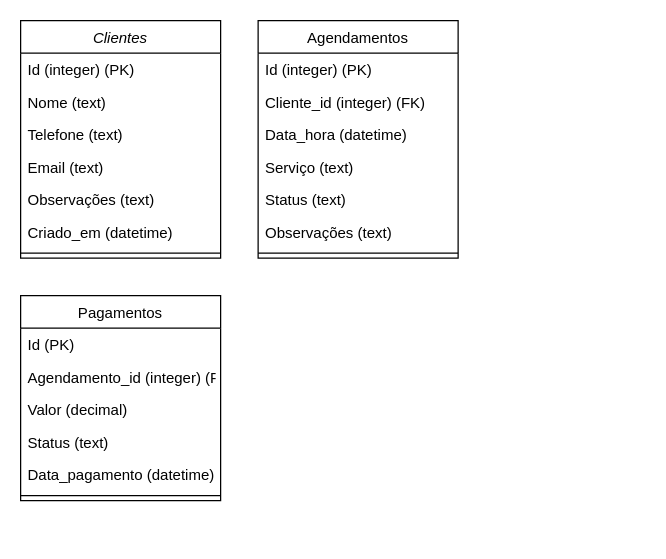
3lder7/System-Studio keeps this draw.io diagram as System-Studio-DBModel.drawio. Above is the earlier version. Source tidied: cells renumbered, new cells numbered last; positions are measured from the earlier drawing's top-left corner, leaving out a move shared by most shapes. Both pictures are drawn from the tidied source at 125%, with x=0, y=0 at pixel (20, 20).
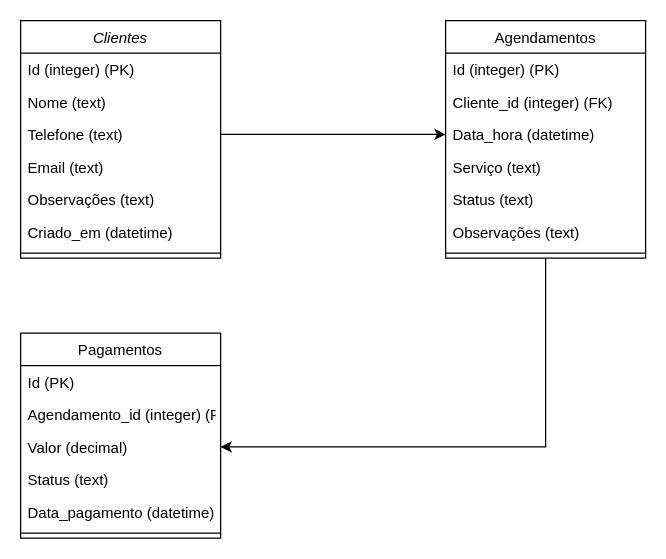
The same diagram, later.

Commit message:
Aplicando relacionamento entre tabelas

The change refers to these unchanged cells:
```xml
<mxCell id="5" value="Telefone (text)" style="text;align=left;verticalAlign=top;spacingLeft=4;spacingRight=4;overflow=hidden;points=[[0,0.5],[1,0.5]];portConstraint=eastwest;rounded=0;shadow=0;html=0;" parent="2" vertex="1">
  <mxGeometry y="78" width="160" height="26" as="geometry" />
</mxCell>
<mxCell id="13" value="Valor (decimal)" style="text;align=left;verticalAlign=top;spacingLeft=4;spacingRight=4;overflow=hidden;points=[[0,0.5],[1,0.5]];portConstraint=eastwest;" parent="10" vertex="1">
  <mxGeometry y="78" width="160" height="26" as="geometry" />
</mxCell>
<mxCell id="20" value="Data_hora (datetime)" style="text;align=left;verticalAlign=top;spacingLeft=4;spacingRight=4;overflow=hidden;points=[[0,0.5],[1,0.5]];portConstraint=eastwest;rounded=0;shadow=0;html=0;" parent="17" vertex="1">
  <mxGeometry y="78" width="160" height="26" as="geometry" />
</mxCell>
```

The edit, as a diff of the source:
```diff
@@
     <mxCell id="10" value="Pagamentos" style="swimlane;fontStyle=0;align=center;verticalAlign=top;horizontal=1;startSize=26;rounded=0;shadow=0;strokeWidth=1;" parent="1" vertex="1">
-      <mxGeometry y="220" width="160" height="164" as="geometry" />
+      <mxGeometry y="250" width="160" height="164" as="geometry" />
     </mxCell>
@@
+    <mxCell id="25" style="edgeStyle=orthogonalEdgeStyle;rounded=0;jettySize=auto;html=1;exitX=0.5;exitY=1;exitDx=0;exitDy=0;entryX=1;entryY=0.5;entryDx=0;entryDy=0;" parent="1" edge="1" source="17" target="13">
+      <mxGeometry relative="1" as="geometry" />
+    </mxCell>
     <mxCell id="17" value="Agendamentos" style="swimlane;fontStyle=0;align=center;verticalAlign=top;horizontal=1;startSize=26;rounded=0;shadow=0;strokeWidth=1;" parent="1" vertex="1">
-      <mxGeometry x="190" width="160" height="190" as="geometry" />
+      <mxGeometry x="340" width="160" height="190" as="geometry" />
     </mxCell>
@@
+    <mxCell id="26" style="edgeStyle=orthogonalEdgeStyle;rounded=0;jettySize=auto;html=1;exitX=1;exitY=0.5;exitDx=0;exitDy=0;entryX=0;entryY=0.5;entryDx=0;entryDy=0;" parent="1" edge="1" source="5" target="20">
+      <mxGeometry relative="1" as="geometry" />
+    </mxCell>
```
